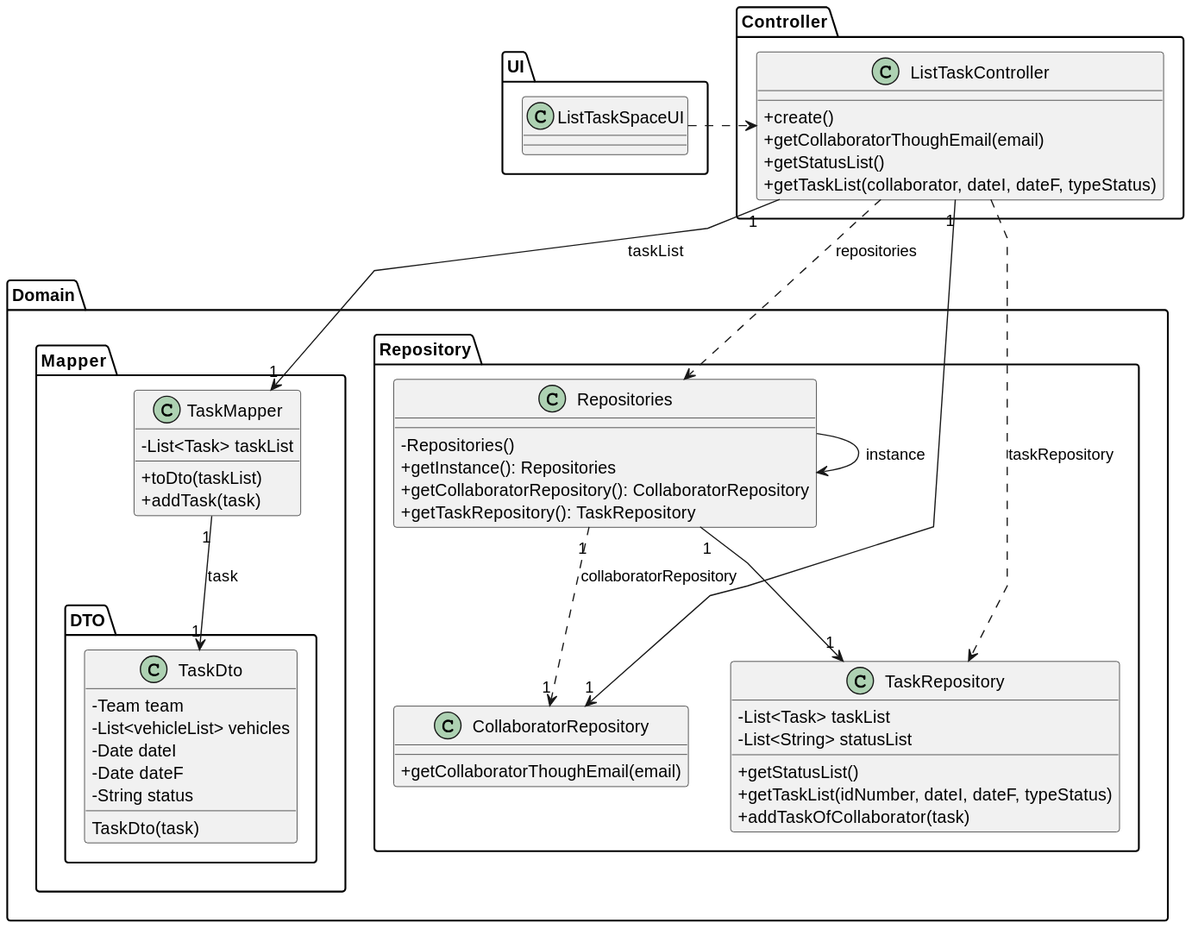
diogoveirospro/lei-24-s2-1dg-g072 keeps this PlantUML diagram as docs/sprintC/us028/03.design/svg/us028-class-diagram.svg. Above is the earlier version. Its diagram source:
```plantuml
@startuml
skinparam packageStyle folder
skinparam shadowing false
skinparam linetype polyline
skinparam classAttributeIconSize 0


package UI {
class "ListTaskSpaceUI" as UserInterface

}
package Controller {
class "ListTaskController" as CTRL {
    + create()
    + getCollaboratorThoughEmail(email)
    + getStatusList()
    + getTaskList(collaborator, dateI, dateF, typeStatus)
}
}
package Domain {
package Domain.Repository {
class "Repositories" as RepositorySingleton {
    - Repositories()
    + getInstance(): Repositories
    + getCollaboratorRepository(): CollaboratorRepository
    + getTaskRepository(): TaskRepository
}

class "CollaboratorRepository" as collaboratorRepository {
    + getCollaboratorThoughEmail(email)
}

class "TaskRepository" as taskRepository {
    - List<Task> taskList
    - List<String> statusList
    + getStatusList()
    + getTaskList(idNumber, dateI, dateF, typeStatus)
    + addTaskOfCollaborator(task)
}
}
package Domain.Mapper {
class "TaskMapper" as MapperDto {
    - List<Task> taskList
    + toDto(taskList)
    + addTask(task)
}
package Domain.Mapper.DTO {
class "TaskDto" as DataTransferObject {
    - Team team
    - List<vehicleList> vehicles
    - Date dateI
    - Date dateF
    - String status
    TaskDto(task)
}
}
}
}

UserInterface .> CTRL
CTRL ..> RepositorySingleton : repositories
RepositorySingleton -> RepositorySingleton : instance
CTRL .> taskRepository: taskRepository
RepositorySingleton "1" --> "1" taskRepository
RepositorySingleton "1" ..> "1" collaboratorRepository: collaboratorRepository
CTRL "1" --> "1" collaboratorRepository
CTRL "1" -> "1" MapperDto: taskList
MapperDto "1" --> "1" DataTransferObject: task
@enduml
```
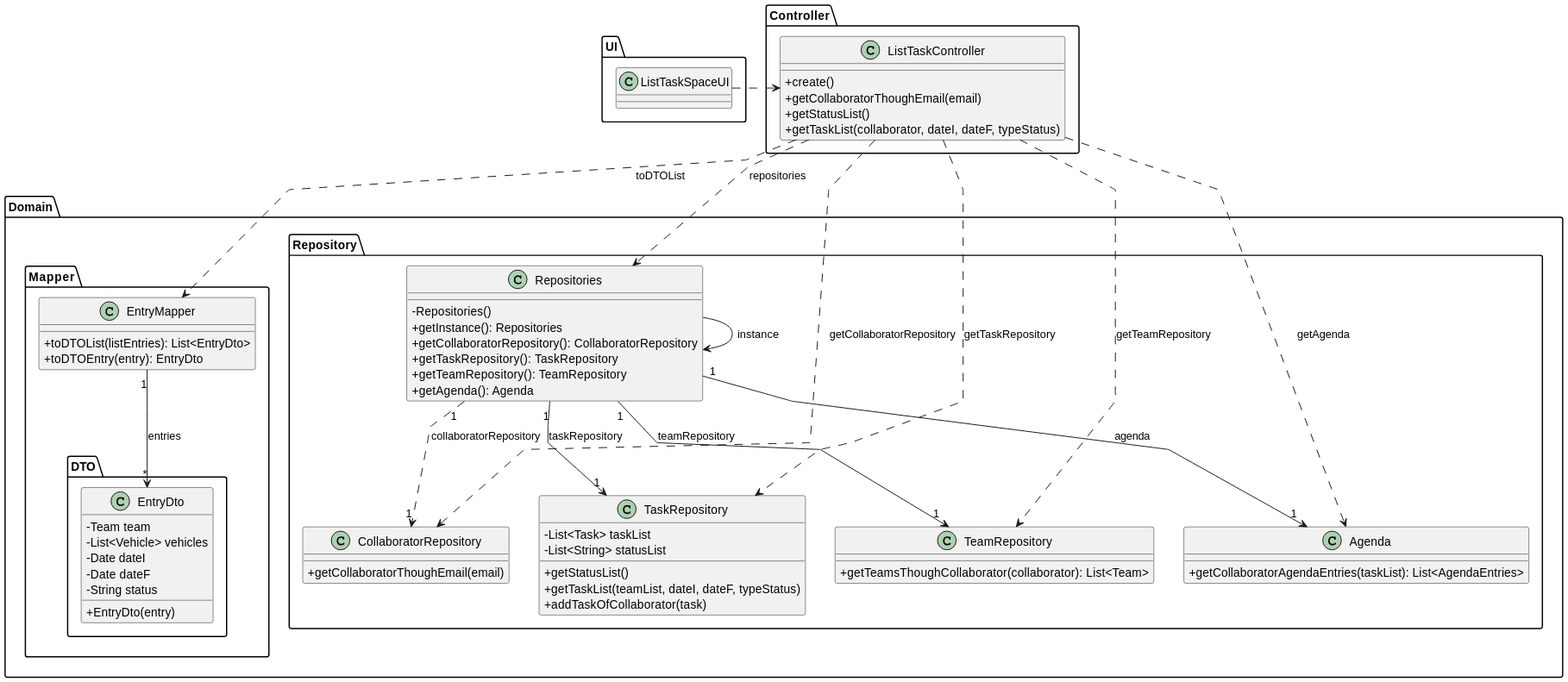
Later version of the same file.

Commit message:
class diagram US028

Change to the diagram source:
```diff
@@ -4,11 +4,10 @@
 skinparam linetype polyline
 skinparam classAttributeIconSize 0
 
-
 package UI {
 class "ListTaskSpaceUI" as UserInterface
+}
 
-}
 package Controller {
 class "ListTaskController" as CTRL {
     + create()
@@ -17,13 +16,16 @@
     + getTaskList(collaborator, dateI, dateF, typeStatus)
 }
 }
+
 package Domain {
-package Domain.Repository {
+package Repository {
 class "Repositories" as RepositorySingleton {
     - Repositories()
     + getInstance(): Repositories
     + getCollaboratorRepository(): CollaboratorRepository
     + getTaskRepository(): TaskRepository
+    + getTeamRepository(): TeamRepository
+    + getAgenda(): Agenda
 }
 
 class "CollaboratorRepository" as collaboratorRepository {
@@ -34,24 +36,31 @@
     - List<Task> taskList
     - List<String> statusList
     + getStatusList()
-    + getTaskList(idNumber, dateI, dateF, typeStatus)
+    + getTaskList(teamList, dateI, dateF, typeStatus)
     + addTaskOfCollaborator(task)
 }
+
+class "TeamRepository" as teamRepository {
+    + getTeamsThoughCollaborator(collaborator): List<Team>
 }
-package Domain.Mapper {
-class "TaskMapper" as MapperDto {
-    - List<Task> taskList
-    + toDto(taskList)
-    + addTask(task)
+
+class "Agenda" as agenda {
+    + getCollaboratorAgendaEntries(taskList): List<AgendaEntries>
 }
-package Domain.Mapper.DTO {
-class "TaskDto" as DataTransferObject {
+}
+package Mapper {
+class "EntryMapper" as MapperDto {
+    + toDTOList(listEntries): List<EntryDto>
+    + toDTOEntry(entry): EntryDto
+}
+package DTO {
+class "EntryDto" as DataTransferObject {
     - Team team
-    - List<vehicleList> vehicles
+    - List<Vehicle> vehicles
     - Date dateI
     - Date dateF
     - String status
-    TaskDto(task)
+    + EntryDto(entry)
 }
 }
 }
@@ -60,10 +69,14 @@
 UserInterface .> CTRL
 CTRL ..> RepositorySingleton : repositories
 RepositorySingleton -> RepositorySingleton : instance
-CTRL .> taskRepository: taskRepository
-RepositorySingleton "1" --> "1" taskRepository
+CTRL .> collaboratorRepository: getCollaboratorRepository
+CTRL .> taskRepository: getTaskRepository
+CTRL .> teamRepository: getTeamRepository
+CTRL .> agenda: getAgenda
+CTRL .> MapperDto: toDTOList
+MapperDto "1" --> "*" DataTransferObject: entries
 RepositorySingleton "1" ..> "1" collaboratorRepository: collaboratorRepository
-CTRL "1" --> "1" collaboratorRepository
-CTRL "1" -> "1" MapperDto: taskList
-MapperDto "1" --> "1" DataTransferObject: task
+RepositorySingleton "1" --> "1" taskRepository: taskRepository
+RepositorySingleton "1" --> "1" teamRepository: teamRepository
+RepositorySingleton "1" --> "1" agenda: agenda
 @enduml
```
